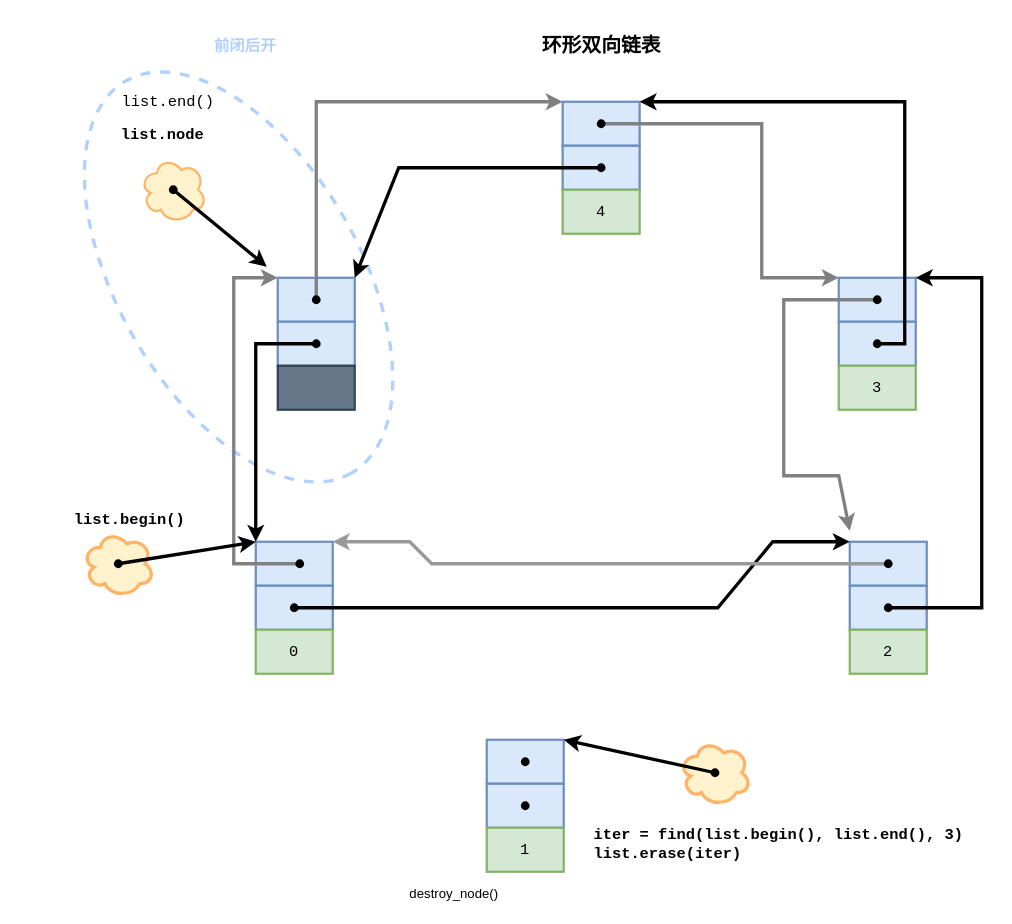
JoyChenNo1/JoyChenNo1.github.io keeps this draw.io diagram as public/img/STL/list-erase.drawio. Above is the earlier version. Source tidied: cells renumbered, new cells numbered last; positions are measured from the earlier drawing's top-left corner, leaving out a move shared by most shapes. Both pictures are drawn from the tidied source at 110%, with x=0, y=0 at pixel (12, 35).
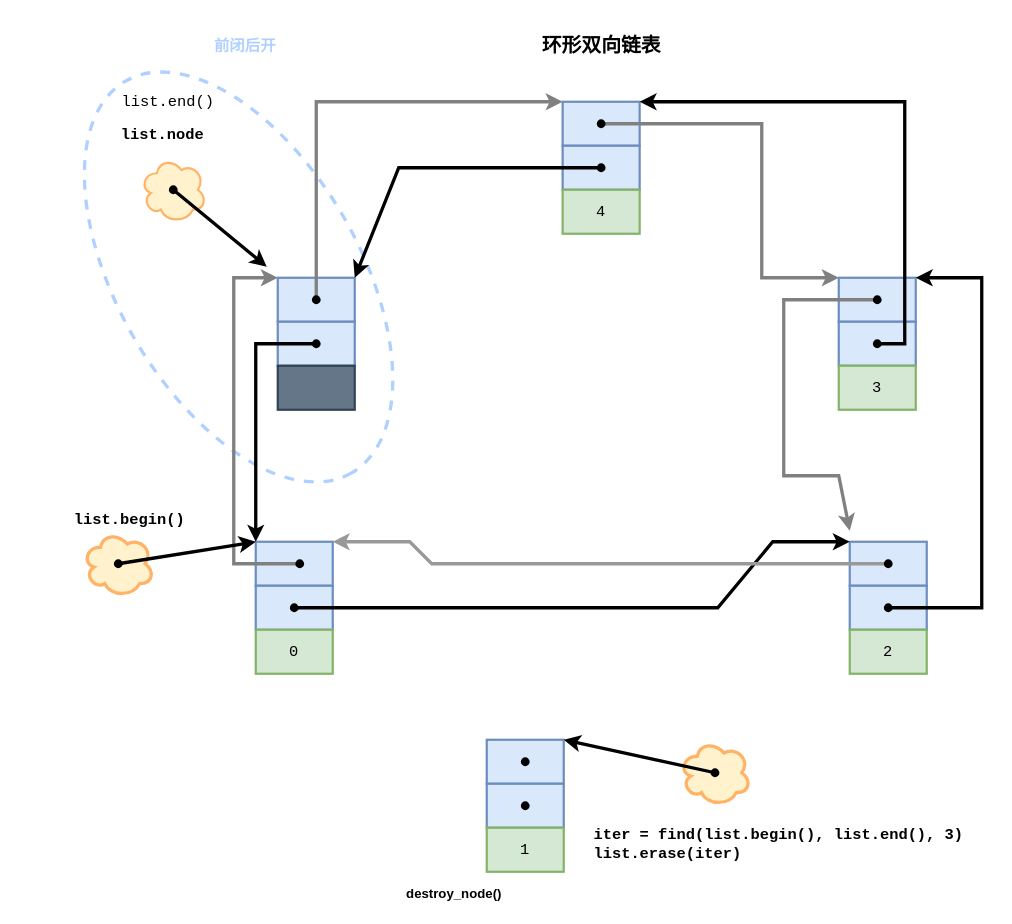
The same diagram, later.

The edit, as a diff of the source:
```diff
@@
-    <mxCell id="58" value="destroy_node()" style="text;html=1;align=center;verticalAlign=middle;strokeColor=none;" parent="1" vertex="1">
+    <mxCell id="58" value="&lt;b&gt;destroy_node()&lt;/b&gt;" style="text;html=1;align=center;verticalAlign=middle;strokeColor=none;" parent="1" vertex="1">
       <mxGeometry x="351" y="770" width="100" height="20" as="geometry" />
     </mxCell>
```
